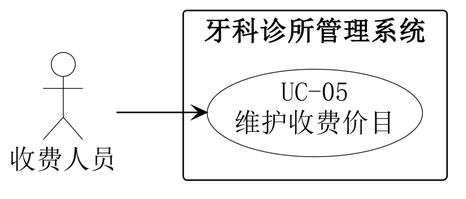
This is 01-需求文档/diagrams/07-05-system-use-case.png from Shawmc-creator/systemAnalyseAndDesign, a PlantUML export, as it was before one commit.
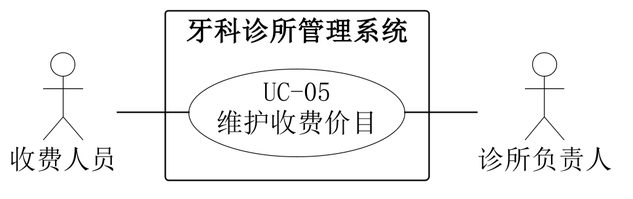
The same file after the commit.

Change to the diagram source:
```diff
@@ -1,11 +1,12 @@
 @startuml
-left to right direction
 skinparam backgroundColor white
 skinparam shadowing false
 skinparam defaultFontName SimSun
 skinparam defaultFontSize 18
-skinparam dpi 240
+skinparam dpi 220
 skinparam ArrowColor black
+skinparam nodesep 22
+skinparam ranksep 48
 skinparam actor {
  BorderColor black
  BackgroundColor white
@@ -18,9 +19,13 @@
  BorderColor black
  BackgroundColor white
 }
-actor "收费人员" as A
+left to right direction
+actor "收费人员" as A0
+actor "诊所负责人" as A1
 rectangle "牙科诊所管理系统" {
  usecase "UC-05\n维护收费价目" as U
 }
-A --> U
+A0 -- U
+U -- A1
+
 @enduml
```
